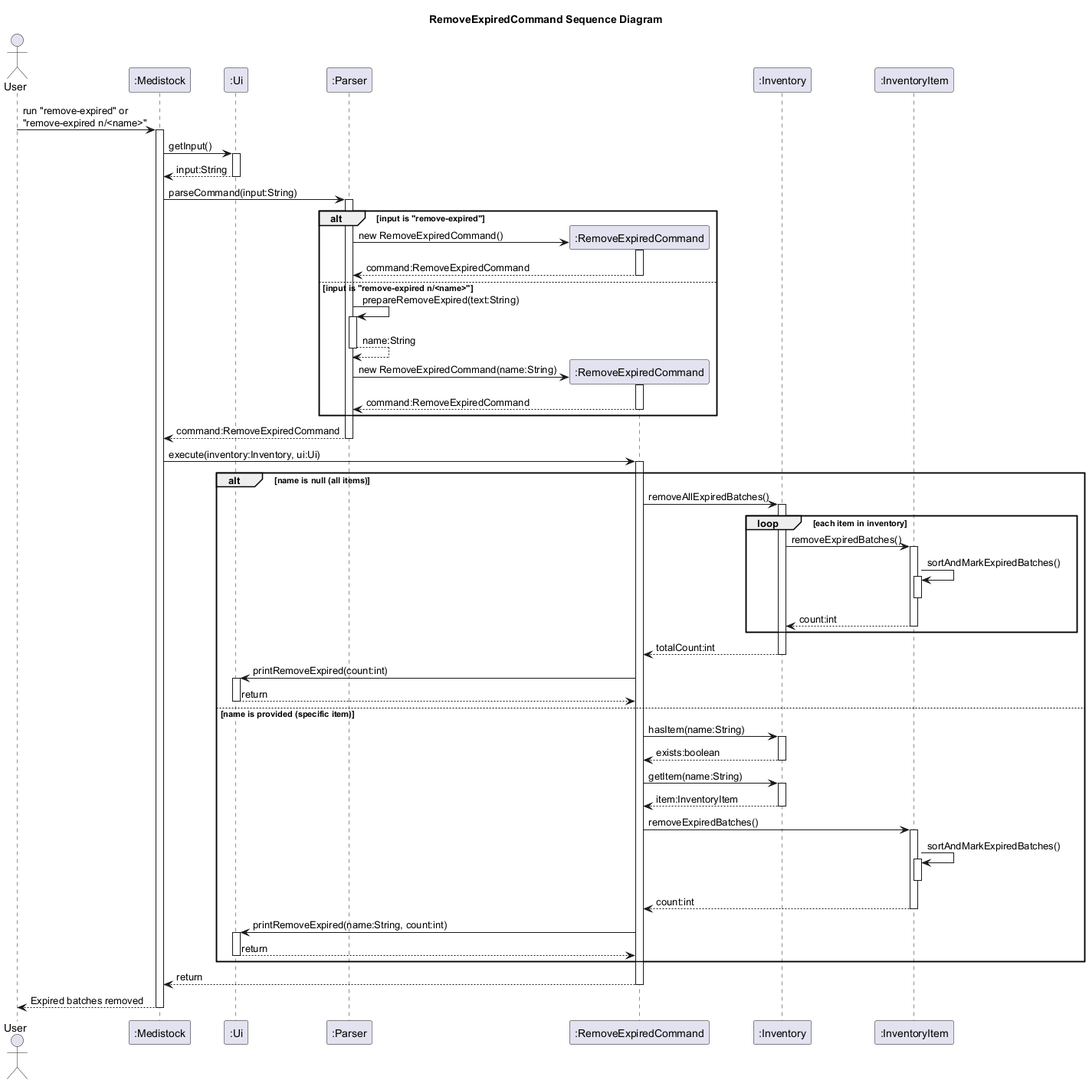
Earlier version of the PlantUML export docs/diagrams/RemoveExpiredCommandSequenceDiagram.png (Yonish18/tp).
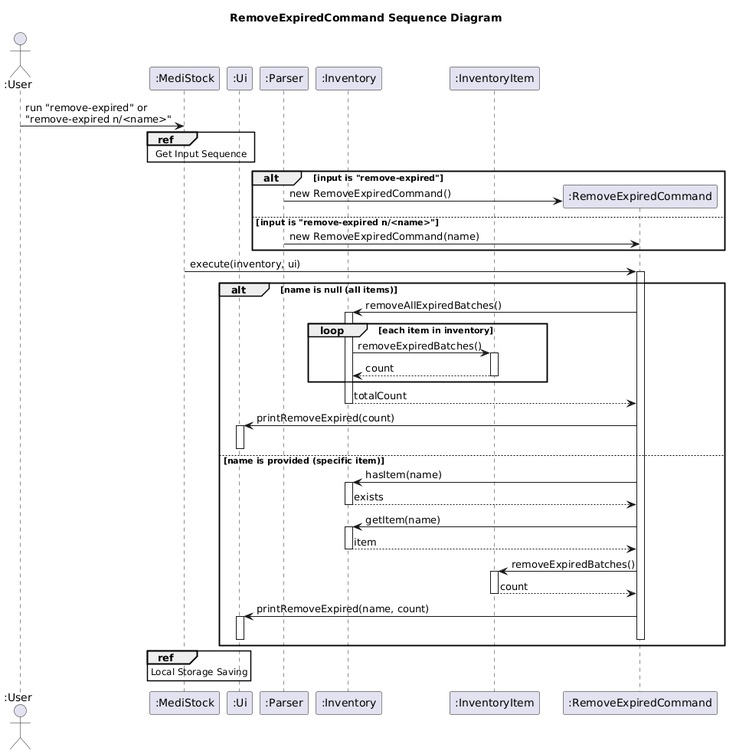
After the change.

What changed in the source:
```diff
@@ -1,104 +1,54 @@
 @startuml
 title RemoveExpiredCommand Sequence Diagram
 
-actor User
-participant ":Medistock" as App
+actor ":User" as User
+participant ":MediStock" as App
 participant ":Ui" as Ui
 participant ":Parser" as Parser
-participant ":RemoveExpiredCommand" as Cmd
 participant ":Inventory" as Inventory
 participant ":InventoryItem" as Item
 
 User -> App : run "remove-expired" or\n"remove-expired n/<name>"
-activate App
-
-App -> Ui : getInput()
-activate Ui
-Ui --> App : input:String
-deactivate Ui
-
-App -> Parser : parseCommand(input:String)
-activate Parser
-
+ref over App, Ui
+    Get Input Sequence
+end
+create ":RemoveExpiredCommand" as Cmd
 alt input is "remove-expired"
-    create Cmd
     Parser -> Cmd : new RemoveExpiredCommand()
-    activate Cmd
-    Cmd --> Parser : command:RemoveExpiredCommand
-    deactivate Cmd
 else input is "remove-expired n/<name>"
-    Parser -> Parser : prepareRemoveExpired(text:String)
-    activate Parser
-    Parser --> Parser : name:String
-    deactivate Parser
-
-    create Cmd
-    Parser -> Cmd : new RemoveExpiredCommand(name:String)
-    activate Cmd
-    Cmd --> Parser : command:RemoveExpiredCommand
-    deactivate Cmd
+    Parser -> Cmd : new RemoveExpiredCommand(name)
 end
-
-Parser --> App : command:RemoveExpiredCommand
-deactivate Parser
-
-App -> Cmd : execute(inventory:Inventory, ui:Ui)
-activate Cmd
+App -> Cmd ++: execute(inventory, ui)
 
 alt name is null (all items)
-    Cmd -> Inventory : removeAllExpiredBatches()
-    activate Inventory
+    Cmd -> Inventory ++: removeAllExpiredBatches()
 
     loop each item in inventory
-        Inventory -> Item : removeExpiredBatches()
-        activate Item
-
-        Item -> Item : sortAndMarkExpiredBatches()
-        activate Item
-        deactivate Item
-
-        Item --> Inventory : count:int
-        deactivate Item
+        Inventory -> Item ++: removeExpiredBatches()
+        return count
     end
 
-    Inventory --> Cmd : totalCount:int
-    deactivate Inventory
+    return totalCount
 
-    Cmd -> Ui : printRemoveExpired(count:int)
-    activate Ui
-    Ui --> Cmd : return
+    Cmd -> Ui ++: printRemoveExpired(count)
     deactivate Ui
 
 else name is provided (specific item)
-    Cmd -> Inventory : hasItem(name:String)
-    activate Inventory
-    Inventory --> Cmd : exists:boolean
-    deactivate Inventory
+    Cmd -> Inventory ++: hasItem(name)
+    return exists
 
-    Cmd -> Inventory : getItem(name:String)
-    activate Inventory
-    Inventory --> Cmd : item:InventoryItem
-    deactivate Inventory
+    Cmd -> Inventory ++: getItem(name)
+    return item
 
-    Cmd -> Item : removeExpiredBatches()
-    activate Item
+    Cmd -> Item ++: removeExpiredBatches()
+    return count
 
-    Item -> Item : sortAndMarkExpiredBatches()
-    activate Item
-    deactivate Item
-
-    Item --> Cmd : count:int
-    deactivate Item
-
-    Cmd -> Ui : printRemoveExpired(name:String, count:int)
-    activate Ui
-    Ui --> Cmd : return
+    Cmd -> Ui ++: printRemoveExpired(name, count)
+    deactivate Cmd
     deactivate Ui
 end
 
-Cmd --> App : return
-deactivate Cmd
-
-App --> User : Expired batches removed
-deactivate App
+ref over App
+    Local Storage Saving
+end
 @enduml
```
